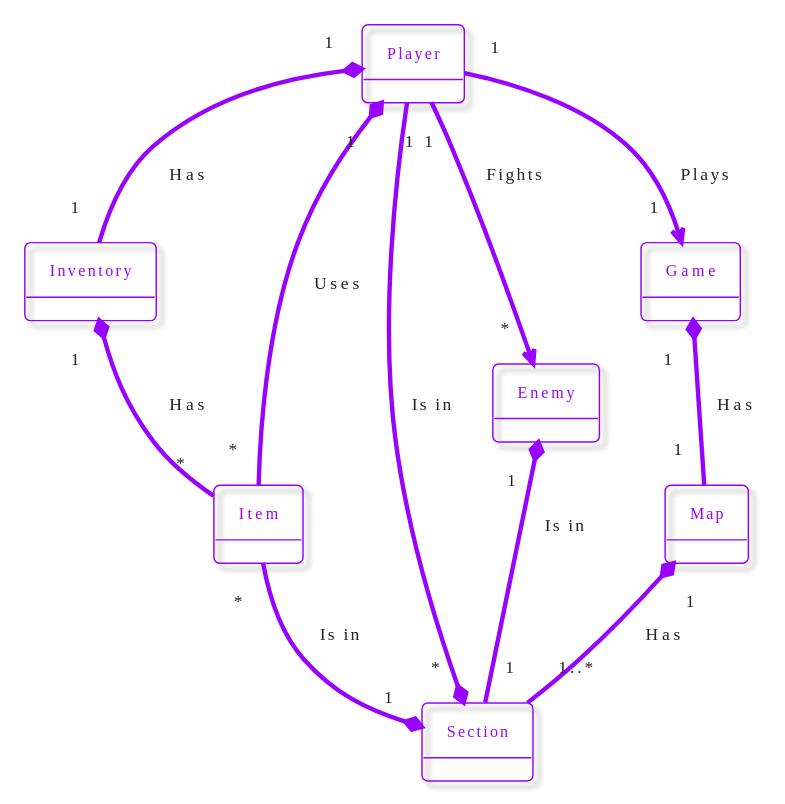
AlessioChecchin/text_adventure keeps this PlantUML diagram as docs/media/domain-model.svg. Above is the earlier version.
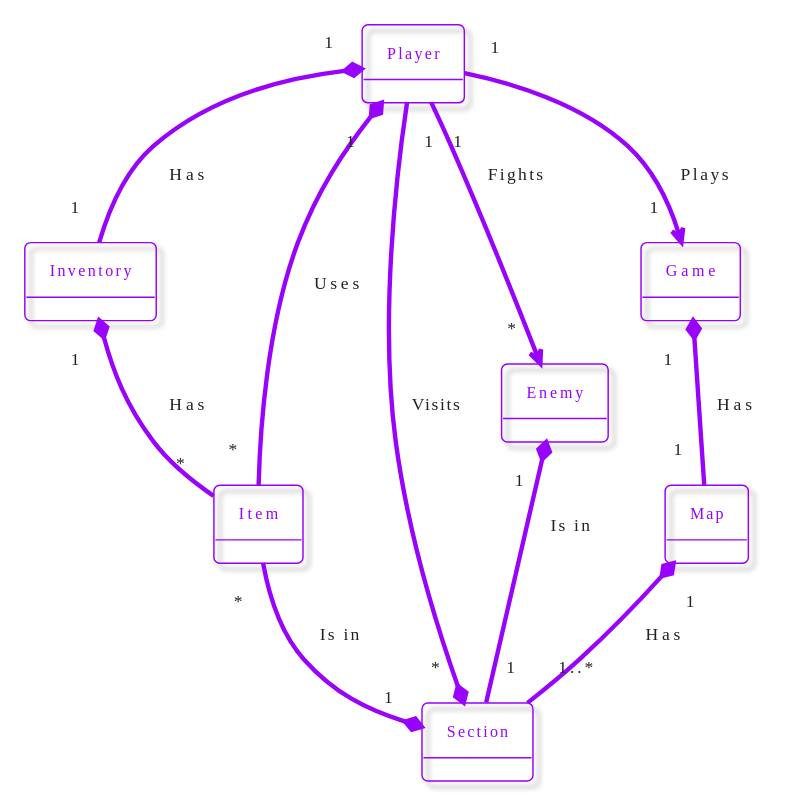
Later version of the same file.

The edit, as a diff of the source:
```diff
@@ -18,7 +18,7 @@
 Inventory "1" *-- "*" Item: Has
 Player "1" --> "*" Enemy: Fights
 Player "1" --> "1" Game: Plays
-Player "1" --* "*" Section: Is in
+Player "1" --* "*" Section: Visits
 Enemy "1" *-- "1" Section: Is in
 Item "*" --* "1" Section: Is in
 Player "1" *-- "*" Item: Uses
```
